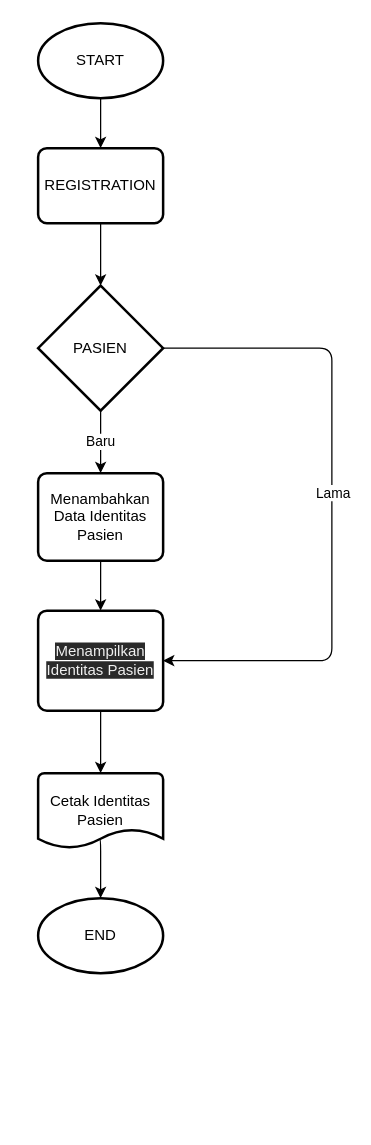
Earlier version of the draw.io diagram hospital-admission.drawio (Jarramdhan28/MuhamadFajar-HospitalAdmission-App). Source tidied: cells renumbered, new cells numbered last; positions are measured from the earlier drawing's top-left corner, leaving out a move shared by most shapes. Both pictures are drawn from the tidied source at 125%, with x=0, y=0 at pixel (38, 22).
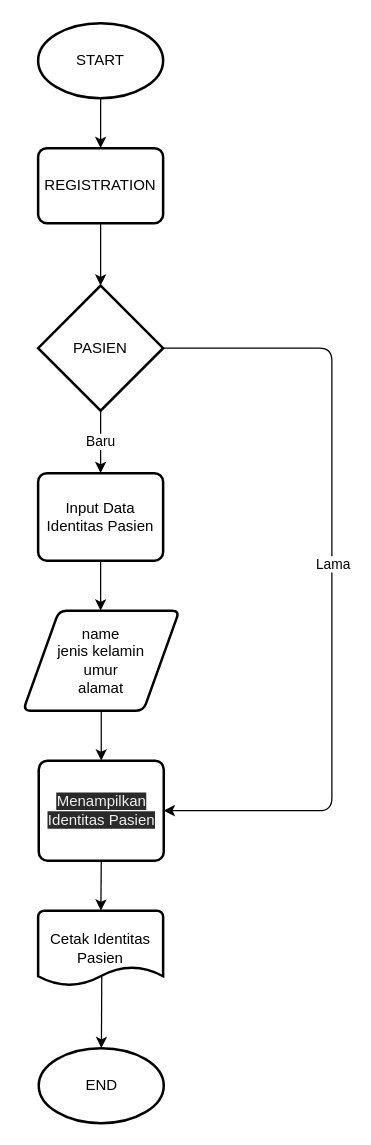
After the change.

Commit message:
feat : add proses input pasien in flowchart

The change refers to these unchanged cells:
```xml
<mxCell id="9" value="PASIEN" style="strokeWidth=2;html=1;shape=mxgraph.flowchart.decision;whiteSpace=wrap;" parent="1" vertex="1">
  <mxGeometry y="210" width="100" height="100" as="geometry" />
</mxCell>
```

Diff of the diagram source:
```diff
@@
     <mxCell id="7" style="edgeStyle=orthogonalEdgeStyle;html=1;exitX=1;exitY=0.5;exitDx=0;exitDy=0;exitPerimeter=0;entryX=1;entryY=0.5;entryDx=0;entryDy=0;" parent="1" edge="1" source="9" target="13">
       <mxGeometry relative="1" as="geometry">
         <Array as="points">
           <mxPoint x="235" y="260" />
-          <mxPoint x="235" y="510" />
+          <mxPoint x="235" y="630" />
         </Array>
       </mxGeometry>
     </mxCell>
@@
-    <mxCell id="11" value="Menambahkan Data Identitas Pasien" style="rounded=1;whiteSpace=wrap;html=1;absoluteArcSize=1;arcSize=14;strokeWidth=2;" parent="1" vertex="1">
+    <mxCell id="11" value="Input Data Identitas Pasien" style="rounded=1;whiteSpace=wrap;html=1;absoluteArcSize=1;arcSize=14;strokeWidth=2;" parent="1" vertex="1">
       <mxGeometry y="360" width="100" height="70" as="geometry" />
     </mxCell>
@@
     <mxCell id="13" value="&#10;&#10;&lt;span style=&quot;color: rgb(240, 240, 240); font-family: helvetica; font-size: 12px; font-style: normal; font-weight: 400; letter-spacing: normal; text-align: center; text-indent: 0px; text-transform: none; word-spacing: 0px; background-color: rgb(42, 42, 42); display: inline; float: none;&quot;&gt;Menampilkan Identitas Pasien&lt;/span&gt;&#10;&#10;" style="rounded=1;whiteSpace=wrap;html=1;absoluteArcSize=1;arcSize=14;strokeWidth=2;" parent="1" vertex="1">
-      <mxGeometry y="470" width="100" height="80" as="geometry" />
+      <mxGeometry x="0.5" y="590" width="100" height="80" as="geometry" />
     </mxCell>
     <mxCell id="14" value="END" style="strokeWidth=2;html=1;shape=mxgraph.flowchart.start_1;whiteSpace=wrap;" parent="1" vertex="1">
-      <mxGeometry y="700" width="100" height="60" as="geometry" />
+      <mxGeometry x="0.5" y="820" width="100" height="60" as="geometry" />
     </mxCell>
-    <mxCell id="15" style="edgeStyle=orthogonalEdgeStyle;html=1;exitX=0.483;exitY=0.871;exitDx=0;exitDy=0;exitPerimeter=0;" parent="1" edge="1" source="16" target="14">
-      <mxGeometry relative="1" as="geometry">
-        <Array as="points">
-          <mxPoint x="50" y="652" />
-        </Array>
-      </mxGeometry>
+    <mxCell id="15" style="edgeStyle=none;html=1;exitX=0.509;exitY=0.879;exitDx=0;exitDy=0;exitPerimeter=0;" parent="1" edge="1" source="16" target="14">
+      <mxGeometry relative="1" as="geometry" />
     </mxCell>
     <mxCell id="16" value="Cetak Identitas Pasien" style="strokeWidth=2;html=1;shape=mxgraph.flowchart.document2;whiteSpace=wrap;size=0.25;" parent="1" vertex="1">
-      <mxGeometry y="600" width="100" height="60" as="geometry" />
+      <mxGeometry y="710" width="100" height="60" as="geometry" />
     </mxCell>
+    <mxCell id="17" style="edgeStyle=none;html=1;exitX=0.5;exitY=1;exitDx=0;exitDy=0;entryX=0.5;entryY=0;entryDx=0;entryDy=0;" parent="1" edge="1" source="18" target="13">
+      <mxGeometry relative="1" as="geometry" />
+    </mxCell>
+    <mxCell id="18" value="name&lt;br&gt;jenis kelamin&lt;br&gt;umur&lt;br&gt;alamat&lt;br&gt;" style="shape=parallelogram;html=1;strokeWidth=2;perimeter=parallelogramPerimeter;whiteSpace=wrap;rounded=1;arcSize=12;size=0.23;" parent="1" vertex="1">
+      <mxGeometry x="-12" y="470" width="125" height="80" as="geometry" />
+    </mxCell>
```
